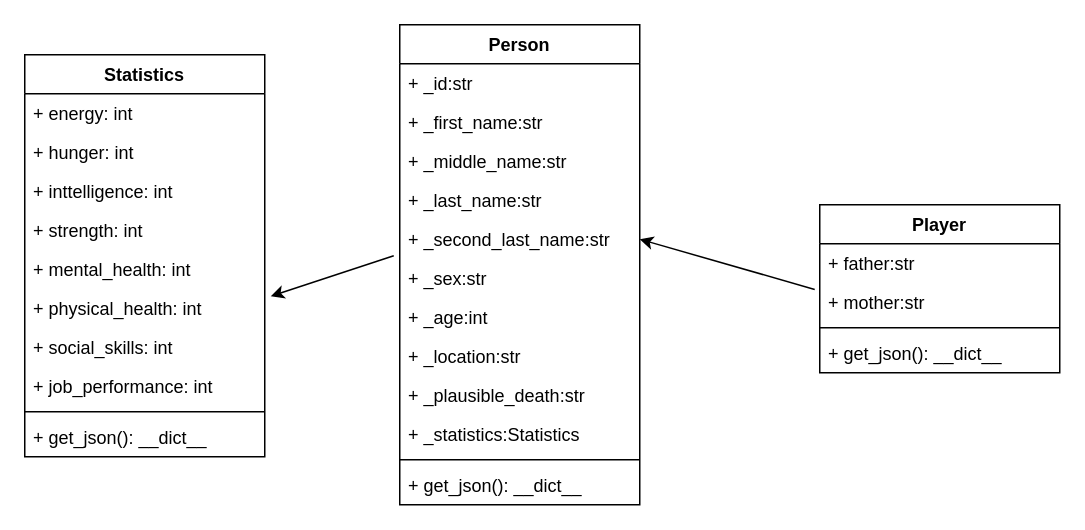
This is Docs/class-diagram.drawio from felipedelosh/API-LifeInstructions, a draw.io file, before an edit. Source tidied: cells renumbered, new cells numbered last; positions are measured from the earlier drawing's top-left corner, leaving out a move shared by most shapes. Both pictures are drawn from the tidied source at 150%, with x=0, y=0 at pixel (24, 24).
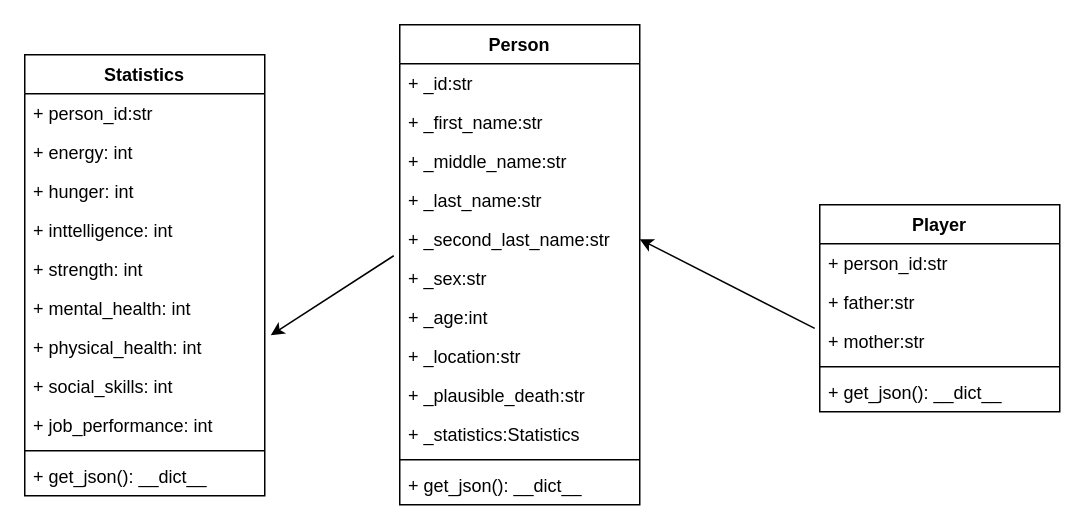
After the change.

The edit, as a diff of the source:
```diff
@@
     <mxCell id="15" value="Player" style="swimlane;fontStyle=1;align=center;verticalAlign=top;horizontal=1;startSize=26;" parent="1" vertex="1">
-      <mxGeometry x="530" y="120" width="160" height="112" as="geometry" />
+      <mxGeometry x="530" y="120" width="160" height="138" as="geometry" />
     </mxCell>
+    <mxCell id="33" value="+ person_id:str" style="text;strokeColor=none;fillColor=none;align=left;verticalAlign=top;spacingLeft=4;spacingRight=4;overflow=hidden;" parent="15" vertex="1">
+      <mxGeometry y="26" width="160" height="26" as="geometry" />
+    </mxCell>
     <mxCell id="16" value="+ father:str" style="text;strokeColor=none;fillColor=none;align=left;verticalAlign=top;spacingLeft=4;spacingRight=4;overflow=hidden;" parent="15" vertex="1">
-      <mxGeometry y="26" width="160" height="26" as="geometry" />
+      <mxGeometry y="52" width="160" height="26" as="geometry" />
     </mxCell>
     <mxCell id="17" value="+ mother:str" style="text;strokeColor=none;fillColor=none;align=left;verticalAlign=top;spacingLeft=4;spacingRight=4;overflow=hidden;points=[[0,0.5],[1,0.5]];portConstraint=eastwest;" parent="15" vertex="1">
-      <mxGeometry y="52" width="160" height="26" as="geometry" />
+      <mxGeometry y="78" width="160" height="26" as="geometry" />
     </mxCell>
     <mxCell id="18" style="line;strokeWidth=1;fillColor=none;align=left;verticalAlign=middle;spacingTop=-1;spacingLeft=3;spacingRight=3;labelPosition=right;strokeColor=inherit;" parent="15" vertex="1">
-      <mxGeometry y="78" width="160" height="8" as="geometry" />
+      <mxGeometry y="104" width="160" height="8" as="geometry" />
     </mxCell>
     <mxCell id="19" value="+ get_json(): __dict__" style="text;strokeColor=none;fillColor=none;align=left;verticalAlign=top;spacingLeft=4;spacingRight=4;overflow=hidden;" parent="15" vertex="1">
-      <mxGeometry y="86" width="160" height="26" as="geometry" />
+      <mxGeometry y="112" width="160" height="26" as="geometry" />
     </mxCell>
@@
     <mxCell id="21" value="Statistics" style="swimlane;fontStyle=1;align=center;verticalAlign=top;horizontal=1;startSize=26;" parent="1" vertex="1">
-      <mxGeometry y="20" width="160" height="268" as="geometry" />
+      <mxGeometry y="20" width="160" height="294" as="geometry" />
     </mxCell>
+    <mxCell id="34" value="+ person_id:str" style="text;strokeColor=none;fillColor=none;align=left;verticalAlign=top;spacingLeft=4;spacingRight=4;overflow=hidden;" parent="21" vertex="1">
+      <mxGeometry y="26" width="160" height="26" as="geometry" />
+    </mxCell>
     <mxCell id="22" value="+ energy: int" style="text;strokeColor=none;fillColor=none;align=left;verticalAlign=top;spacingLeft=4;spacingRight=4;overflow=hidden;" parent="21" vertex="1">
-      <mxGeometry y="26" width="160" height="26" as="geometry" />
+      <mxGeometry y="52" width="160" height="26" as="geometry" />
     </mxCell>
     <mxCell id="23" value="+ hunger: int" style="text;strokeColor=none;fillColor=none;align=left;verticalAlign=top;spacingLeft=4;spacingRight=4;overflow=hidden;" parent="21" vertex="1">
-      <mxGeometry y="52" width="160" height="26" as="geometry" />
+      <mxGeometry y="78" width="160" height="26" as="geometry" />
     </mxCell>
     <mxCell id="24" value="+ inttelligence: int" style="text;strokeColor=none;fillColor=none;align=left;verticalAlign=top;spacingLeft=4;spacingRight=4;overflow=hidden;" parent="21" vertex="1">
-      <mxGeometry y="78" width="160" height="26" as="geometry" />
+      <mxGeometry y="104" width="160" height="26" as="geometry" />
     </mxCell>
     <mxCell id="25" value="+ strength: int" style="text;strokeColor=none;fillColor=none;align=left;verticalAlign=top;spacingLeft=4;spacingRight=4;overflow=hidden;" parent="21" vertex="1">
-      <mxGeometry y="104" width="160" height="26" as="geometry" />
+      <mxGeometry y="130" width="160" height="26" as="geometry" />
     </mxCell>
     <mxCell id="26" value="+ mental_health: int" style="text;strokeColor=none;fillColor=none;align=left;verticalAlign=top;spacingLeft=4;spacingRight=4;overflow=hidden;" parent="21" vertex="1">
-      <mxGeometry y="130" width="160" height="26" as="geometry" />
+      <mxGeometry y="156" width="160" height="26" as="geometry" />
     </mxCell>
     <mxCell id="27" value="+ physical_health: int" style="text;strokeColor=none;fillColor=none;align=left;verticalAlign=top;spacingLeft=4;spacingRight=4;overflow=hidden;points=[[0,0.5],[1,0.5]];portConstraint=eastwest;" parent="21" vertex="1">
-      <mxGeometry y="156" width="160" height="26" as="geometry" />
+      <mxGeometry y="182" width="160" height="26" as="geometry" />
     </mxCell>
     <mxCell id="28" value="+ social_skills: int" style="text;strokeColor=none;fillColor=none;align=left;verticalAlign=top;spacingLeft=4;spacingRight=4;overflow=hidden;" parent="21" vertex="1">
-      <mxGeometry y="182" width="160" height="26" as="geometry" />
+      <mxGeometry y="208" width="160" height="26" as="geometry" />
     </mxCell>
     <mxCell id="29" value="+ job_performance: int" style="text;strokeColor=none;fillColor=none;align=left;verticalAlign=top;spacingLeft=4;spacingRight=4;overflow=hidden;" parent="21" vertex="1">
-      <mxGeometry y="208" width="160" height="26" as="geometry" />
+      <mxGeometry y="234" width="160" height="26" as="geometry" />
     </mxCell>
     <mxCell id="30" style="line;strokeWidth=1;fillColor=none;align=left;verticalAlign=middle;spacingTop=-1;spacingLeft=3;spacingRight=3;labelPosition=right;strokeColor=inherit;" parent="21" vertex="1">
-      <mxGeometry y="234" width="160" height="8" as="geometry" />
+      <mxGeometry y="260" width="160" height="8" as="geometry" />
     </mxCell>
     <mxCell id="31" value="+ get_json(): __dict__" style="text;strokeColor=none;fillColor=none;align=left;verticalAlign=top;spacingLeft=4;spacingRight=4;overflow=hidden;" parent="21" vertex="1">
-      <mxGeometry y="242" width="160" height="26" as="geometry" />
+      <mxGeometry y="268" width="160" height="26" as="geometry" />
     </mxCell>
```
